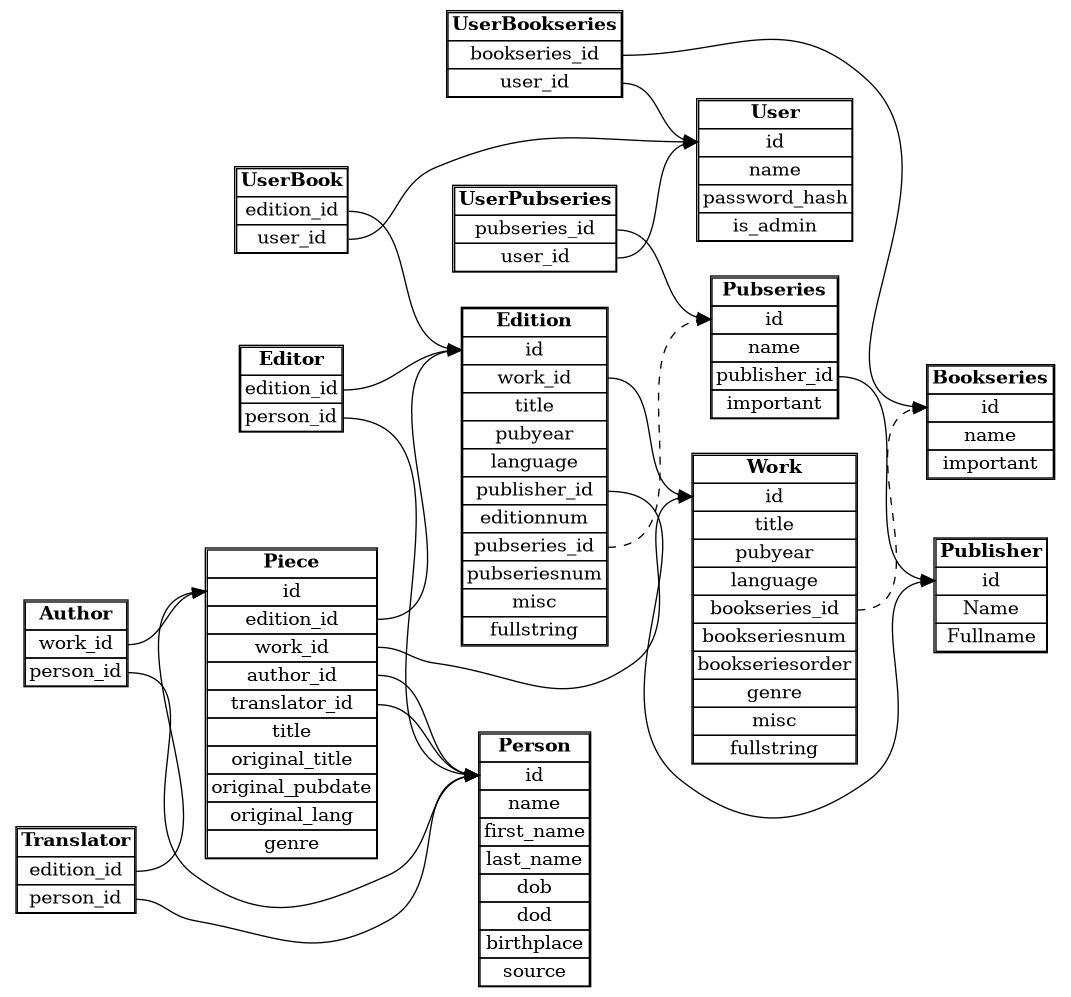
This is db-schema.png from Makistos/suomisf, a Graphviz export, as it was before one commit. Its source is kept beside it as db-schema.gv.
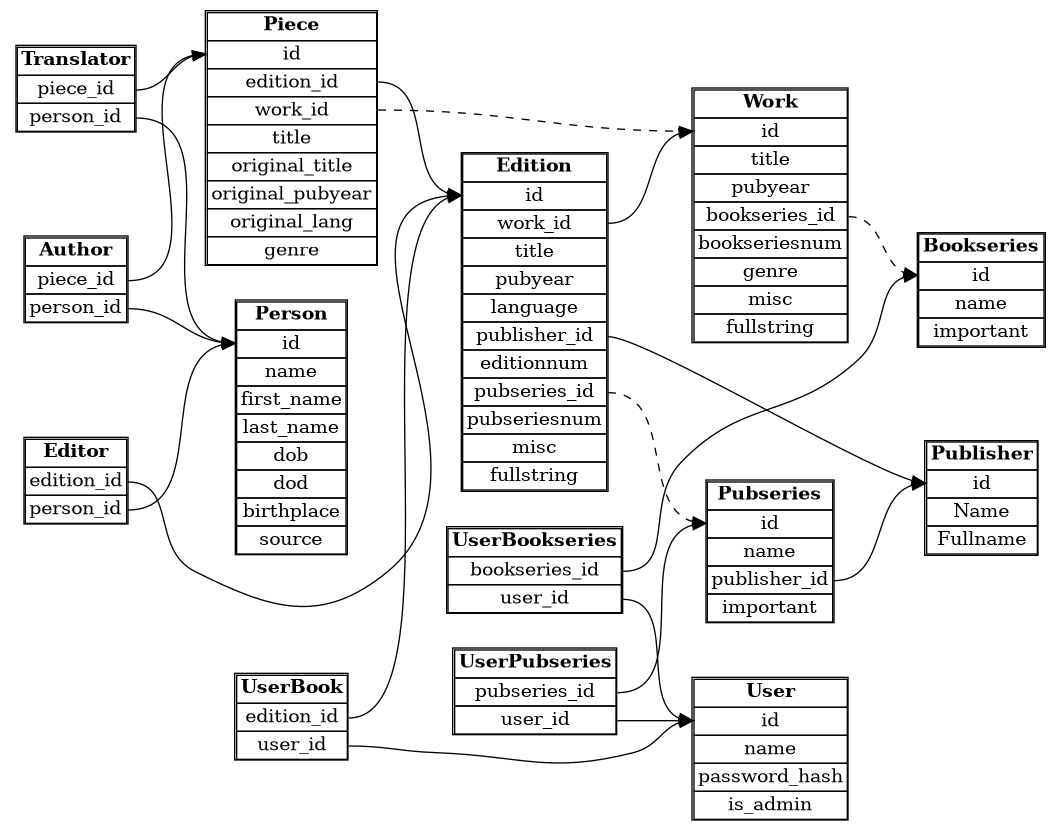
After the change.

Diff of the diagram source:
```diff
@@ -14,7 +14,7 @@
 		label =<
 		<TABLE BORDER="1" CELLBORDER="1" CELLSPACING="0">
 		<TR><TD><B>Author</B></TD></TR>
-		<TR><TD PORT="pieceid">work_id</TD></TR>
+		<TR><TD PORT="pieceid">piece_id</TD></TR>
 		<TR><TD PORT="personid">person_id</TD></TR>
 		</TABLE>
 		>];
@@ -22,7 +22,7 @@
 		label =<
 		<TABLE BORDER="1" CELLBORDER="1" CELLSPACING="0">
 		<TR><TD><B>Translator</B></TD></TR>
-		<TR><TD PORT="pieceid">edition_id</TD></TR>
+		<TR><TD PORT="pieceid">piece_id</TD></TR>
 		<TR><TD PORT="personid">person_id</TD></TR>
 		</TABLE>
 		>];
@@ -74,10 +74,8 @@
 		<TR><TD PORT="id">id</TD></TR>
 		<TR><TD>title</TD></TR>
 		<TR><TD>pubyear</TD></TR>
-		<TR><TD>language</TD></TR>
 		<TR><TD PORT="bookseriesid">bookseries_id</TD></TR>
 		<TR><TD>bookseriesnum</TD></TR>
-                <TR><TD>bookseriesorder</TD></TR>
 		<TR><TD>genre</TD></TR>
 		<TR><TD>misc</TD></TR>
 		<TR><TD>fullstring</TD></TR>
@@ -143,11 +141,9 @@
 		<TR><TD PORT="id">id</TD></TR>
 		<TR><TD PORT="editionid">edition_id</TD></TR>
 		<TR><TD PORT="workid">work_id</TD></TR>
-		<TR><TD PORT="authorid">author_id</TD></TR>
-		<TR><TD PORT="translatorid">translator_id</TD></TR>
 		<TR><TD>title</TD></TR>
 		<TR><TD>original_title</TD></TR>
-		<TR><TD>original_pubdate</TD></TR>
+		<TR><TD>original_pubyear</TD></TR>
 		<TR><TD>original_lang</TD></TR>
 		<TR><TD>genre</TD></TR>
 		</TABLE>
@@ -171,7 +167,5 @@
         UserBookseries:bookseriesid -> Bookseries:id;
         UserBookseries:userid -> User:id;
 	Piece:editionid -> Edition:id;
-	Piece:workid -> Work:id;
-	Piece:authorid -> Person:id;
-	Piece:translatorid -> Person:id;
+	Piece:workid -> Work:id [style=dashed];
 }
```
